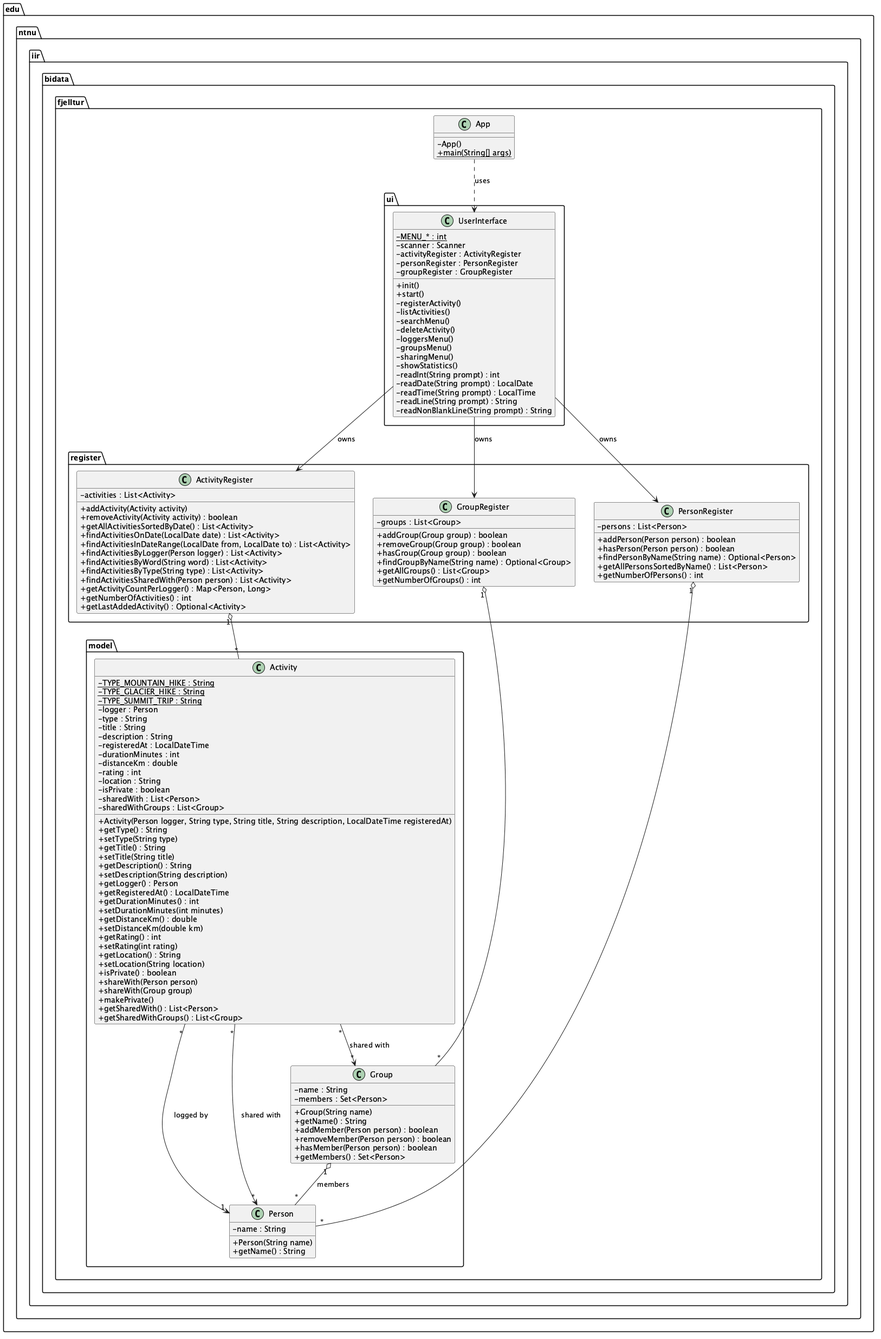
Earlier version of the PlantUML export docs/uml/class-diagram.png (AlexElton/idatt1003-mappe). Source of this version:
```plantuml
@startuml class-diagram
skinparam classAttributeIconSize 0

package "edu.ntnu.iir.bidata.fjelltur" {
  class App {
    - App()
    + {static} main(String[] args)
  }
}

package "edu.ntnu.iir.bidata.fjelltur.ui" {
  class UserInterface {
    - {static} MENU_* : int
    - scanner : Scanner
    - activityRegister : ActivityRegister
    - personRegister : PersonRegister
    - groupRegister : GroupRegister
    + init()
    + start()
    - registerActivity()
    - listActivities()
    - searchMenu()
    - deleteActivity()
    - loggersMenu()
    - groupsMenu()
    - sharingMenu()
    - showStatistics()
    - readInt(String prompt) : int
    - readDate(String prompt) : LocalDate
    - readTime(String prompt) : LocalTime
    - readLine(String prompt) : String
    - readNonBlankLine(String prompt) : String
  }
}

package "edu.ntnu.iir.bidata.fjelltur.register" {
  class ActivityRegister {
    - activities : List<Activity>
    + addActivity(Activity activity)
    + removeActivity(Activity activity) : boolean
    + getAllActivitiesSortedByDate() : List<Activity>
    + findActivitiesOnDate(LocalDate date) : List<Activity>
    + findActivitiesInDateRange(LocalDate from, LocalDate to) : List<Activity>
    + findActivitiesByLogger(Person logger) : List<Activity>
    + findActivitiesByWord(String word) : List<Activity>
    + findActivitiesByType(String type) : List<Activity>
    + findActivitiesSharedWith(Person person) : List<Activity>
    + getActivityCountPerLogger() : Map<Person, Long>
    + getNumberOfActivities() : int
    + getLastAddedActivity() : Optional<Activity>
  }

  class PersonRegister {
    - persons : List<Person>
    + addPerson(Person person) : boolean
    + hasPerson(Person person) : boolean
    + findPersonByName(String name) : Optional<Person>
    + getAllPersonsSortedByName() : List<Person>
    + getNumberOfPersons() : int
  }

  class GroupRegister {
    - groups : List<Group>
    + addGroup(Group group) : boolean
    + removeGroup(Group group) : boolean
    + hasGroup(Group group) : boolean
    + findGroupByName(String name) : Optional<Group>
    + getAllGroups() : List<Group>
    + getNumberOfGroups() : int
  }
}

package "edu.ntnu.iir.bidata.fjelltur.model" {
  class Activity {
    - {static} TYPE_MOUNTAIN_HIKE : String
    - {static} TYPE_GLACIER_HIKE : String
    - {static} TYPE_SUMMIT_TRIP : String
    - logger : Person
    - type : String
    - title : String
    - description : String
    - registeredAt : LocalDateTime
    - durationMinutes : int
    - distanceKm : double
    - rating : int
    - location : String
    - isPrivate : boolean
    - sharedWith : List<Person>
    - sharedWithGroups : List<Group>
    + Activity(Person logger, String type, String title, String description, LocalDateTime registeredAt)
    + getType() : String
    + setType(String type)
    + getTitle() : String
    + setTitle(String title)
    + getDescription() : String
    + setDescription(String description)
    + getLogger() : Person
    + getRegisteredAt() : LocalDateTime
    + getDurationMinutes() : int
    + setDurationMinutes(int minutes)
    + getDistanceKm() : double
    + setDistanceKm(double km)
    + getRating() : int
    + setRating(int rating)
    + getLocation() : String
    + setLocation(String location)
    + isPrivate() : boolean
    + shareWith(Person person)
    + shareWith(Group group)
    + makePrivate()
    + getSharedWith() : List<Person>
    + getSharedWithGroups() : List<Group>
  }

  class Person {
    - name : String
    + Person(String name)
    + getName() : String
  }

  class Group {
    - name : String
    - members : Set<Person>
    + Group(String name)
    + getName() : String
    + addMember(Person person) : boolean
    + removeMember(Person person) : boolean
    + hasMember(Person person) : boolean
    + getMembers() : Set<Person>
  }
}

App ..> UserInterface : uses
UserInterface --> ActivityRegister : owns
UserInterface --> PersonRegister : owns
UserInterface --> GroupRegister : owns
ActivityRegister "1" o-- "*" Activity
PersonRegister "1" o-- "*" Person
GroupRegister "1" o-- "*" Group
Activity "*" --> "1" Person : logged by
Activity "*" --> "*" Person : shared with
Activity "*" --> "*" Group : shared with
Group "1" o-- "*" Person : members
@enduml
```
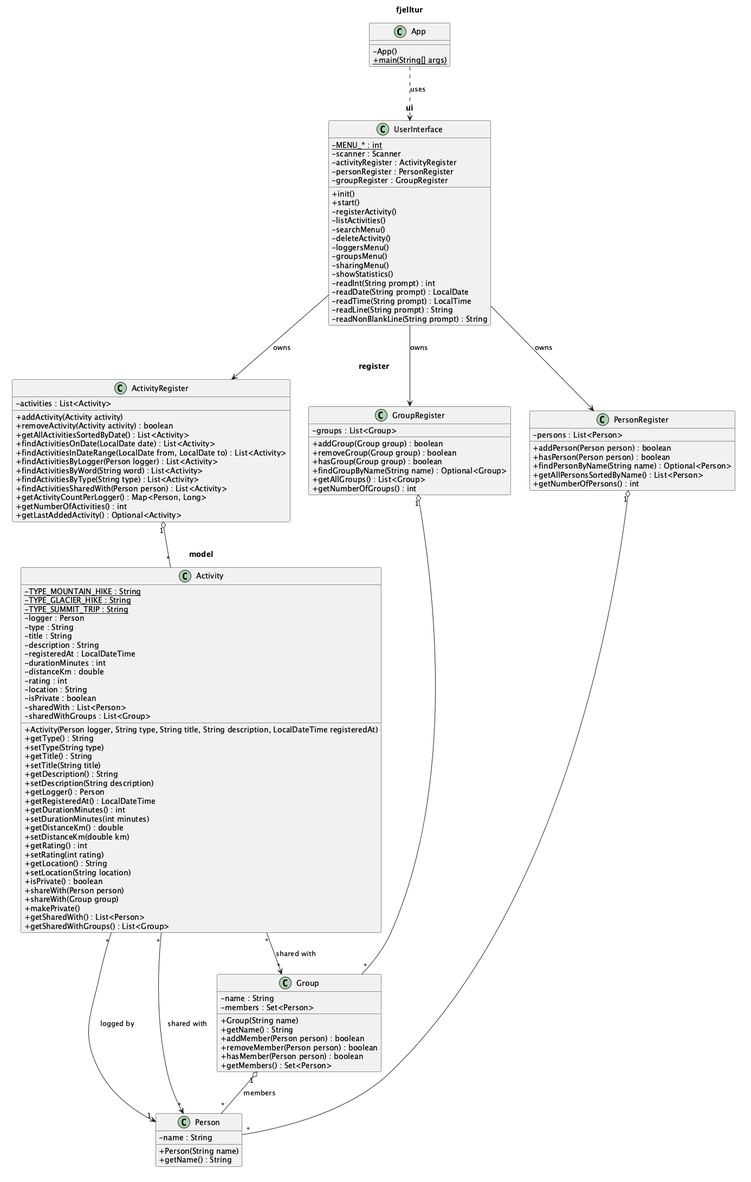
After the commit.

Commit message:
Update docs class diagram copy to borderless version

Change to the diagram source:
```diff
@@ -1,14 +1,20 @@
 @startuml class-diagram
 skinparam classAttributeIconSize 0
+skinparam packageStyle rectangle
+skinparam package {
+  BackgroundColor transparent
+  BorderColor transparent
+  FontStyle bold
+}
 
-package "edu.ntnu.iir.bidata.fjelltur" {
+package "fjelltur" {
   class App {
     - App()
     + {static} main(String[] args)
   }
 }
 
-package "edu.ntnu.iir.bidata.fjelltur.ui" {
+package "ui" {
   class UserInterface {
     - {static} MENU_* : int
     - scanner : Scanner
@@ -33,7 +39,7 @@
   }
 }
 
-package "edu.ntnu.iir.bidata.fjelltur.register" {
+package "register" {
   class ActivityRegister {
     - activities : List<Activity>
     + addActivity(Activity activity)
@@ -70,7 +76,7 @@
   }
 }
 
-package "edu.ntnu.iir.bidata.fjelltur.model" {
+package "model" {
   class Activity {
     - {static} TYPE_MOUNTAIN_HIKE : String
     - {static} TYPE_GLACIER_HIKE : String
```
